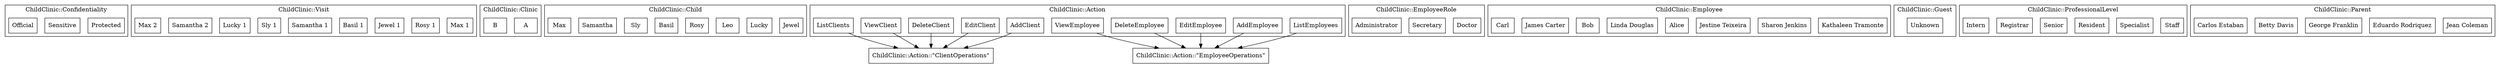
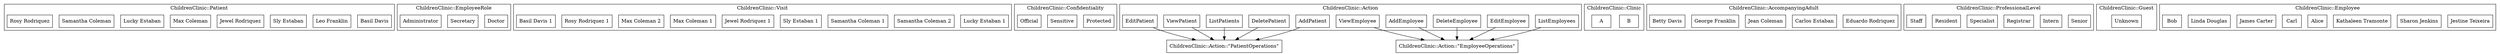
strict digraph {
	ordering="out"
	node[shape=box]
- 	subgraph "cluster_ChildClinic::Confidentiality" {
- 		label="ChildClinic::Confidentiality"
- 		"ChildClinic::Confidentiality::\"Protected\"" [label="Protected"]
- 		"ChildClinic::Confidentiality::\"Sensitive\"" [label="Sensitive"]
- 		"ChildClinic::Confidentiality::\"Official\"" [label="Official"]
+ 	subgraph "cluster_ChildrenClinic::Patient" {
+ 		label="ChildrenClinic::Patient"
+ 		"ChildrenClinic::Patient::\"Basil Davis\"" [label="Basil Davis"]
+ 		"ChildrenClinic::Patient::\"Leo Franklin\"" [label="Leo Franklin"]
+ 		"ChildrenClinic::Patient::\"Sly Estaban\"" [label="Sly Estaban"]
+ 		"ChildrenClinic::Patient::\"Jewel Rodriquez\"" [label="Jewel Rodriquez"]
+ 		"ChildrenClinic::Patient::\"Max Coleman\"" [label="Max Coleman"]
+ 		"ChildrenClinic::Patient::\"Lucky Estaban\"" [label="Lucky Estaban"]
+ 		"ChildrenClinic::Patient::\"Samantha Coleman\"" [label="Samantha Coleman"]
+ 		"ChildrenClinic::Patient::\"Rosy Rodriquez\"" [label="Rosy Rodriquez"]
	}
- 	subgraph "cluster_ChildClinic::Visit" {
- 		label="ChildClinic::Visit"
- 		"ChildClinic::Visit::\"Max 1\"" [label="Max 1"]
- 		"ChildClinic::Visit::\"Rosy 1\"" [label="Rosy 1"]
- 		"ChildClinic::Visit::\"Jewel 1\"" [label="Jewel 1"]
- 		"ChildClinic::Visit::\"Basil 1\"" [label="Basil 1"]
- 		"ChildClinic::Visit::\"Samantha 1\"" [label="Samantha 1"]
- 		"ChildClinic::Visit::\"Sly 1\"" [label="Sly 1"]
- 		"ChildClinic::Visit::\"Lucky 1\"" [label="Lucky 1"]
- 		"ChildClinic::Visit::\"Samantha 2\"" [label="Samantha 2"]
- 		"ChildClinic::Visit::\"Max 2\"" [label="Max 2"]
+ 	subgraph "cluster_ChildrenClinic::EmployeeRole" {
+ 		label="ChildrenClinic::EmployeeRole"
+ 		"ChildrenClinic::EmployeeRole::\"Doctor\"" [label="Doctor"]
+ 		"ChildrenClinic::EmployeeRole::\"Secretary\"" [label="Secretary"]
+ 		"ChildrenClinic::EmployeeRole::\"Administrator\"" [label="Administrator"]
	}
- 	subgraph "cluster_ChildClinic::Clinic" {
- 		label="ChildClinic::Clinic"
- 		"ChildClinic::Clinic::\"A\"" [label="A"]
- 		"ChildClinic::Clinic::\"B\"" [label="B"]
+ 	subgraph "cluster_ChildrenClinic::Visit" {
+ 		label="ChildrenClinic::Visit"
+ 		"ChildrenClinic::Visit::\"Lucky Estaban 1\"" [label="Lucky Estaban 1"]
+ 		"ChildrenClinic::Visit::\"Samantha Coleman 2\"" [label="Samantha Coleman 2"]
+ 		"ChildrenClinic::Visit::\"Samantha Coleman 1\"" [label="Samantha Coleman 1"]
+ 		"ChildrenClinic::Visit::\"Sly Estaban 1\"" [label="Sly Estaban 1"]
+ 		"ChildrenClinic::Visit::\"Jewel Rodriquez 1\"" [label="Jewel Rodriquez 1"]
+ 		"ChildrenClinic::Visit::\"Max Coleman 1\"" [label="Max Coleman 1"]
+ 		"ChildrenClinic::Visit::\"Max Coleman 2\"" [label="Max Coleman 2"]
+ 		"ChildrenClinic::Visit::\"Rosy Rodriquez 1\"" [label="Rosy Rodriquez 1"]
+ 		"ChildrenClinic::Visit::\"Basil Davis 1\"" [label="Basil Davis 1"]
	}
- 	subgraph "cluster_ChildClinic::Child" {
- 		label="ChildClinic::Child"
- 		"ChildClinic::Child::\"Jewel\"" [label="Jewel"]
- 		"ChildClinic::Child::\"Lucky\"" [label="Lucky"]
- 		"ChildClinic::Child::\"Leo\"" [label="Leo"]
- 		"ChildClinic::Child::\"Rosy\"" [label="Rosy"]
- 		"ChildClinic::Child::\"Basil\"" [label="Basil"]
- 		"ChildClinic::Child::\"Sly\"" [label="Sly"]
- 		"ChildClinic::Child::\"Samantha\"" [label="Samantha"]
- 		"ChildClinic::Child::\"Max\"" [label="Max"]
+ 	subgraph "cluster_ChildrenClinic::Confidentiality" {
+ 		label="ChildrenClinic::Confidentiality"
+ 		"ChildrenClinic::Confidentiality::\"Protected\"" [label="Protected"]
+ 		"ChildrenClinic::Confidentiality::\"Sensitive\"" [label="Sensitive"]
+ 		"ChildrenClinic::Confidentiality::\"Official\"" [label="Official"]
	}
- 	subgraph "cluster_ChildClinic::Action" {
- 		label="ChildClinic::Action"
- 		"ChildClinic::Action::\"AddClient\"" [label="AddClient"]
- 		"ChildClinic::Action::\"EditClient\"" [label="EditClient"]
- 		"ChildClinic::Action::\"DeleteClient\"" [label="DeleteClient"]
- 		"ChildClinic::Action::\"ListEmployees\"" [label="ListEmployees"]
- 		"ChildClinic::Action::\"AddEmployee\"" [label="AddEmployee"]
- 		"ChildClinic::Action::\"EditEmployee\"" [label="EditEmployee"]
- 		"ChildClinic::Action::\"ListClients\"" [label="ListClients"]
- 		"ChildClinic::Action::\"DeleteEmployee\"" [label="DeleteEmployee"]
- 		"ChildClinic::Action::\"ViewClient\"" [label="ViewClient"]
- 		"ChildClinic::Action::\"ViewEmployee\"" [label="ViewEmployee"]
+ 	subgraph "cluster_ChildrenClinic::Action" {
+ 		label="ChildrenClinic::Action"
+ 		"ChildrenClinic::Action::\"AddPatient\"" [label="AddPatient"]
+ 		"ChildrenClinic::Action::\"ListEmployees\"" [label="ListEmployees"]
+ 		"ChildrenClinic::Action::\"ListPatients\"" [label="ListPatients"]
+ 		"ChildrenClinic::Action::\"EditEmployee\"" [label="EditEmployee"]
+ 		"ChildrenClinic::Action::\"EditPatient\"" [label="EditPatient"]
+ 		"ChildrenClinic::Action::\"DeleteEmployee\"" [label="DeleteEmployee"]
+ 		"ChildrenClinic::Action::\"AddEmployee\"" [label="AddEmployee"]
+ 		"ChildrenClinic::Action::\"DeletePatient\"" [label="DeletePatient"]
+ 		"ChildrenClinic::Action::\"ViewEmployee\"" [label="ViewEmployee"]
+ 		"ChildrenClinic::Action::\"ViewPatient\"" [label="ViewPatient"]
	}
- 	subgraph "cluster_ChildClinic::EmployeeRole" {
- 		label="ChildClinic::EmployeeRole"
- 		"ChildClinic::EmployeeRole::\"Doctor\"" [label="Doctor"]
- 		"ChildClinic::EmployeeRole::\"Secretary\"" [label="Secretary"]
- 		"ChildClinic::EmployeeRole::\"Administrator\"" [label="Administrator"]
+ 	subgraph "cluster_ChildrenClinic::Clinic" {
+ 		label="ChildrenClinic::Clinic"
+ 		"ChildrenClinic::Clinic::\"B\"" [label="B"]
+ 		"ChildrenClinic::Clinic::\"A\"" [label="A"]
	}
- 	subgraph "cluster_ChildClinic::Employee" {
- 		label="ChildClinic::Employee"
- 		"ChildClinic::Employee::\"Kathaleen Tramonte\"" [label="Kathaleen Tramonte"]
- 		"ChildClinic::Employee::\"Sharon Jenkins\"" [label="Sharon Jenkins"]
- 		"ChildClinic::Employee::\"Jestine Teixeira\"" [label="Jestine Teixeira"]
- 		"ChildClinic::Employee::\"Alice\"" [label="Alice"]
- 		"ChildClinic::Employee::\"Linda Douglas\"" [label="Linda Douglas"]
- 		"ChildClinic::Employee::\"Bob\"" [label="Bob"]
- 		"ChildClinic::Employee::\"James Carter\"" [label="James Carter"]
- 		"ChildClinic::Employee::\"Carl\"" [label="Carl"]
+ 	subgraph "cluster_ChildrenClinic::AccompanyingAdult" {
+ 		label="ChildrenClinic::AccompanyingAdult"
+ 		"ChildrenClinic::AccompanyingAdult::\"Eduardo Rodriquez\"" [label="Eduardo Rodriquez"]
+ 		"ChildrenClinic::AccompanyingAdult::\"Carlos Estaban\"" [label="Carlos Estaban"]
+ 		"ChildrenClinic::AccompanyingAdult::\"Jean Coleman\"" [label="Jean Coleman"]
+ 		"ChildrenClinic::AccompanyingAdult::\"George Franklin\"" [label="George Franklin"]
+ 		"ChildrenClinic::AccompanyingAdult::\"Betty Davis\"" [label="Betty Davis"]
	}
- 	subgraph "cluster_ChildClinic::Guest" {
- 		label="ChildClinic::Guest"
- 		"ChildClinic::Guest::\"Unknown\"" [label="Unknown"]
+ 	subgraph "cluster_ChildrenClinic::ProfessionalLevel" {
+ 		label="ChildrenClinic::ProfessionalLevel"
+ 		"ChildrenClinic::ProfessionalLevel::\"Senior\"" [label="Senior"]
+ 		"ChildrenClinic::ProfessionalLevel::\"Intern\"" [label="Intern"]
+ 		"ChildrenClinic::ProfessionalLevel::\"Registrar\"" [label="Registrar"]
+ 		"ChildrenClinic::ProfessionalLevel::\"Specialist\"" [label="Specialist"]
+ 		"ChildrenClinic::ProfessionalLevel::\"Resident\"" [label="Resident"]
+ 		"ChildrenClinic::ProfessionalLevel::\"Staff\"" [label="Staff"]
	}
- 	subgraph "cluster_ChildClinic::ProfessionalLevel" {
- 		label="ChildClinic::ProfessionalLevel"
- 		"ChildClinic::ProfessionalLevel::\"Staff\"" [label="Staff"]
- 		"ChildClinic::ProfessionalLevel::\"Specialist\"" [label="Specialist"]
- 		"ChildClinic::ProfessionalLevel::\"Resident\"" [label="Resident"]
- 		"ChildClinic::ProfessionalLevel::\"Senior\"" [label="Senior"]
- 		"ChildClinic::ProfessionalLevel::\"Registrar\"" [label="Registrar"]
- 		"ChildClinic::ProfessionalLevel::\"Intern\"" [label="Intern"]
+ 	subgraph "cluster_ChildrenClinic::Guest" {
+ 		label="ChildrenClinic::Guest"
+ 		"ChildrenClinic::Guest::\"Unknown\"" [label="Unknown"]
	}
- 	subgraph "cluster_ChildClinic::Parent" {
- 		label="ChildClinic::Parent"
- 		"ChildClinic::Parent::\"Jean Coleman\"" [label="Jean Coleman"]
- 		"ChildClinic::Parent::\"Eduardo Rodriquez\"" [label="Eduardo Rodriquez"]
- 		"ChildClinic::Parent::\"George Franklin\"" [label="George Franklin"]
- 		"ChildClinic::Parent::\"Betty Davis\"" [label="Betty Davis"]
- 		"ChildClinic::Parent::\"Carlos Estaban\"" [label="Carlos Estaban"]
+ 	subgraph "cluster_ChildrenClinic::Employee" {
+ 		label="ChildrenClinic::Employee"
+ 		"ChildrenClinic::Employee::\"Jestine Teixeira\"" [label="Jestine Teixeira"]
+ 		"ChildrenClinic::Employee::\"Sharon Jenkins\"" [label="Sharon Jenkins"]
+ 		"ChildrenClinic::Employee::\"Kathaleen Tramonte\"" [label="Kathaleen Tramonte"]
+ 		"ChildrenClinic::Employee::\"Alice\"" [label="Alice"]
+ 		"ChildrenClinic::Employee::\"Carl\"" [label="Carl"]
+ 		"ChildrenClinic::Employee::\"James Carter\"" [label="James Carter"]
+ 		"ChildrenClinic::Employee::\"Linda Douglas\"" [label="Linda Douglas"]
+ 		"ChildrenClinic::Employee::\"Bob\"" [label="Bob"]
	}
- 	"ChildClinic::Action::\"AddClient\"" -> "ChildClinic::Action::\"ClientOperations\""
- 	"ChildClinic::Action::\"EditClient\"" -> "ChildClinic::Action::\"ClientOperations\""
- 	"ChildClinic::Action::\"DeleteClient\"" -> "ChildClinic::Action::\"ClientOperations\""
- 	"ChildClinic::Action::\"ListEmployees\"" -> "ChildClinic::Action::\"EmployeeOperations\""
- 	"ChildClinic::Action::\"AddEmployee\"" -> "ChildClinic::Action::\"EmployeeOperations\""
- 	"ChildClinic::Action::\"EditEmployee\"" -> "ChildClinic::Action::\"EmployeeOperations\""
- 	"ChildClinic::Action::\"ListClients\"" -> "ChildClinic::Action::\"ClientOperations\""
- 	"ChildClinic::Action::\"DeleteEmployee\"" -> "ChildClinic::Action::\"EmployeeOperations\""
- 	"ChildClinic::Action::\"ViewClient\"" -> "ChildClinic::Action::\"ClientOperations\""
- 	"ChildClinic::Action::\"ViewEmployee\"" -> "ChildClinic::Action::\"EmployeeOperations\""
+ 	"ChildrenClinic::Action::\"AddPatient\"" -> "ChildrenClinic::Action::\"PatientOperations\""
+ 	"ChildrenClinic::Action::\"ListEmployees\"" -> "ChildrenClinic::Action::\"EmployeeOperations\""
+ 	"ChildrenClinic::Action::\"ListPatients\"" -> "ChildrenClinic::Action::\"PatientOperations\""
+ 	"ChildrenClinic::Action::\"EditEmployee\"" -> "ChildrenClinic::Action::\"EmployeeOperations\""
+ 	"ChildrenClinic::Action::\"EditPatient\"" -> "ChildrenClinic::Action::\"PatientOperations\""
+ 	"ChildrenClinic::Action::\"DeleteEmployee\"" -> "ChildrenClinic::Action::\"EmployeeOperations\""
+ 	"ChildrenClinic::Action::\"AddEmployee\"" -> "ChildrenClinic::Action::\"EmployeeOperations\""
+ 	"ChildrenClinic::Action::\"DeletePatient\"" -> "ChildrenClinic::Action::\"PatientOperations\""
+ 	"ChildrenClinic::Action::\"ViewEmployee\"" -> "ChildrenClinic::Action::\"EmployeeOperations\""
+ 	"ChildrenClinic::Action::\"ViewPatient\"" -> "ChildrenClinic::Action::\"PatientOperations\""
}

